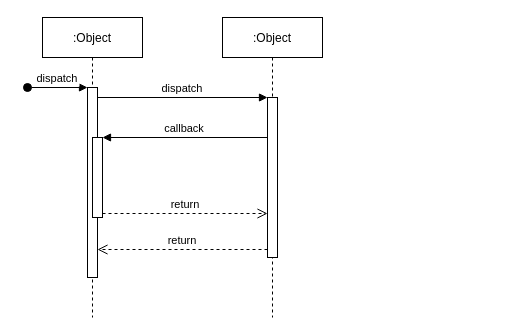
Before: Untitled Diagram.drawio in Lunodzo/FakeApDetector, a draw.io diagram. Source tidied: cells renumbered, new cells numbered last; positions are measured from the earlier drawing's top-left corner, leaving out a move shared by most shapes. Both pictures are drawn from the tidied source at 100%, with x=0, y=0 at pixel (27, 17).
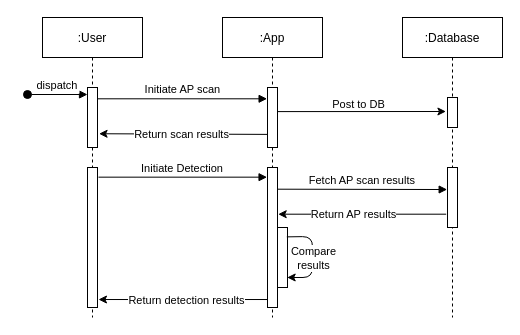
The same page after the edit.

What changed in the source:
```diff
@@
-    <mxCell id="2" value=":Object" style="shape=umlLifeline;perimeter=lifelinePerimeter;rounded=0;shadow=0;strokeWidth=1;" parent="1" vertex="1">
+    <mxCell id="2" value=":User" style="shape=umlLifeline;perimeter=lifelinePerimeter;rounded=0;shadow=0;strokeWidth=1;" parent="1" vertex="1">
       <mxGeometry x="15" width="100" height="300" as="geometry" />
     </mxCell>
     <mxCell id="3" style="points=[];perimeter=orthogonalPerimeter;rounded=0;shadow=0;strokeWidth=1;" parent="2" vertex="1">
-      <mxGeometry x="45" y="70" width="10" height="190" as="geometry" />
+      <mxGeometry x="45" y="70" width="10" height="60" as="geometry" />
     </mxCell>
-    <mxCell id="4" value="dispatch" style="verticalAlign=bottom;startArrow=oval;endArrow=block;startSize=8;shadow=0;strokeWidth=1;" parent="2" edge="1" target="3">
+    <mxCell id="4" value="dispatch" style="verticalAlign=bottom;startArrow=oval;endArrow=block;startSize=8;shadow=0;strokeWidth=1;" parent="2" edge="1">
       <mxGeometry relative="1" as="geometry">
-        <mxPoint x="-15" y="70" as="sourcePoint" />
+        <mxPoint x="-15" y="77" as="sourcePoint" />
+        <mxPoint x="45" y="77" as="targetPoint" />
       </mxGeometry>
     </mxCell>
-    <mxCell id="5" style="points=[];perimeter=orthogonalPerimeter;rounded=0;shadow=0;strokeWidth=1;" parent="2" vertex="1">
-      <mxGeometry x="50" y="120" width="10" height="80" as="geometry" />
-    </mxCell>
+    <mxCell id="12" style="points=[];perimeter=orthogonalPerimeter;rounded=0;shadow=0;strokeWidth=1;" parent="2" vertex="1">
+      <mxGeometry x="45" y="150" width="10" height="140" as="geometry" />
+    </mxCell>
-    <mxCell id="6" value=":Object" style="shape=umlLifeline;perimeter=lifelinePerimeter;rounded=0;shadow=0;strokeWidth=1;" parent="1" vertex="1">
+    <mxCell id="6" value=":App" style="shape=umlLifeline;perimeter=lifelinePerimeter;rounded=0;shadow=0;strokeWidth=1;" parent="1" vertex="1">
       <mxGeometry x="195" width="100" height="300" as="geometry" />
     </mxCell>
     <mxCell id="7" style="points=[];perimeter=orthogonalPerimeter;rounded=0;shadow=0;strokeWidth=1;" parent="6" vertex="1">
-      <mxGeometry x="45" y="80" width="10" height="160" as="geometry" />
+      <mxGeometry x="45" y="70" width="10" height="60" as="geometry" />
     </mxCell>
-    <mxCell id="8" value="return" style="verticalAlign=bottom;endArrow=open;dashed=1;endSize=8;exitX=0;exitY=0.95;shadow=0;strokeWidth=1;" parent="1" edge="1" source="7" target="3">
-      <mxGeometry relative="1" as="geometry" />
-    </mxCell>
+    <mxCell id="5" style="points=[];perimeter=orthogonalPerimeter;rounded=0;shadow=0;strokeWidth=1;" parent="6" vertex="1">
+      <mxGeometry x="55" y="210" width="10" height="60" as="geometry" />
+    </mxCell>
+    <mxCell id="13" style="points=[];perimeter=orthogonalPerimeter;rounded=0;shadow=0;strokeWidth=1;" parent="6" vertex="1">
+      <mxGeometry x="45" y="150" width="10" height="140" as="geometry" />
+    </mxCell>
+    <mxCell id="14" style="endArrow=classic;html=1;exitX=0.933;exitY=0.156;exitDx=0;exitDy=0;exitPerimeter=0;entryX=0.967;entryY=0.833;entryDx=0;entryDy=0;entryPerimeter=0;" parent="6" edge="1" source="5" target="5">
+      <mxGeometry relative="1" as="geometry">
+        <Array as="points">
+          <mxPoint x="90" y="219" />
+          <mxPoint x="90" y="260" />
+        </Array>
+      </mxGeometry>
+    </mxCell>
+    <mxCell id="15" value="Compare&lt;br&gt;results" style="edgeLabel;html=1;align=center;verticalAlign=middle;" parent="14" vertex="1">
+      <mxGeometry x="-0.13" relative="1" as="geometry">
+        <mxPoint y="7" as="offset" />
+      </mxGeometry>
+    </mxCell>
-    <mxCell id="9" value="dispatch" style="verticalAlign=bottom;endArrow=block;entryX=0;entryY=0;shadow=0;strokeWidth=1;" parent="1" edge="1" source="3" target="7">
-      <mxGeometry relative="1" as="geometry" />
+    <mxCell id="9" value="Initiate AP scan" style="verticalAlign=bottom;endArrow=block;entryX=-0.043;entryY=0.105;shadow=0;strokeWidth=1;exitX=1.043;exitY=0.105;exitDx=0;exitDy=0;exitPerimeter=0;entryDx=0;entryDy=0;entryPerimeter=0;" parent="1" edge="1">
+      <mxGeometry relative="1" as="geometry">
+        <mxPoint x="70.4" y="81.3" as="sourcePoint" />
+        <mxPoint x="239.6" y="81.3" as="targetPoint" />
+      </mxGeometry>
     </mxCell>
-    <mxCell id="10" value="callback" style="verticalAlign=bottom;endArrow=block;entryX=1;entryY=0;shadow=0;strokeWidth=1;" parent="1" edge="1" source="7" target="5">
-      <mxGeometry relative="1" as="geometry" />
-    </mxCell>
-    <mxCell id="11" value="return" style="verticalAlign=bottom;endArrow=open;dashed=1;endSize=8;exitX=1;exitY=0.95;shadow=0;strokeWidth=1;" parent="1" edge="1" source="5" target="7">
-      <mxGeometry relative="1" as="geometry" />
-    </mxCell>
+    <mxCell id="16" value=":Database" style="shape=umlLifeline;perimeter=lifelinePerimeter;rounded=0;shadow=0;strokeWidth=1;" parent="1" vertex="1">
+      <mxGeometry x="375" width="100" height="300" as="geometry" />
+    </mxCell>
+    <mxCell id="17" style="points=[];perimeter=orthogonalPerimeter;rounded=0;shadow=0;strokeWidth=1;" parent="16" vertex="1">
+      <mxGeometry x="45" y="80" width="10" height="30" as="geometry" />
+    </mxCell>
+    <mxCell id="18" style="points=[];perimeter=orthogonalPerimeter;rounded=0;shadow=0;strokeWidth=1;" parent="16" vertex="1">
+      <mxGeometry x="45" y="150" width="10" height="60" as="geometry" />
+    </mxCell>
+    <mxCell id="19" style="endArrow=classic;html=1;exitX=1.2;exitY=0.088;exitDx=0;exitDy=0;exitPerimeter=0;entryX=-0.157;entryY=0.467;entryDx=0;entryDy=0;entryPerimeter=0;" parent="1" edge="1" target="17">
+      <mxGeometry relative="1" as="geometry">
+        <mxPoint x="250" y="94.1" as="sourcePoint" />
+      </mxGeometry>
+    </mxCell>
+    <mxCell id="20" value="Post to DB" style="edgeLabel;html=1;align=center;verticalAlign=middle;" parent="19" vertex="1">
+      <mxGeometry x="-0.39" relative="1" as="geometry">
+        <mxPoint x="30" y="-8" as="offset" />
+      </mxGeometry>
+    </mxCell>
+    <mxCell id="21" style="endArrow=classic;html=1;entryX=1.157;entryY=0.771;entryDx=0;entryDy=0;entryPerimeter=0;" parent="1" edge="1" target="3">
+      <mxGeometry relative="1" as="geometry">
+        <mxPoint x="240.5" y="116.9" as="sourcePoint" />
+      </mxGeometry>
+    </mxCell>
+    <mxCell id="22" value="Return scan results" style="edgeLabel;html=1;align=center;verticalAlign=middle;" parent="21" vertex="1">
+      <mxGeometry x="0.25" relative="1" as="geometry">
+        <mxPoint x="19" as="offset" />
+      </mxGeometry>
+    </mxCell>
+    <mxCell id="23" value="Initiate Detection" style="verticalAlign=bottom;endArrow=block;shadow=0;strokeWidth=1;exitX=1.1;exitY=0.069;exitDx=0;exitDy=0;exitPerimeter=0;entryX=-0.043;entryY=0.069;entryDx=0;entryDy=0;entryPerimeter=0;" parent="1" edge="1" source="12" target="13">
+      <mxGeometry relative="1" as="geometry" />
+    </mxCell>
+    <mxCell id="24" value="Fetch AP scan results" style="verticalAlign=bottom;endArrow=block;shadow=0;strokeWidth=1;exitX=0.986;exitY=0.155;exitDx=0;exitDy=0;exitPerimeter=0;entryX=-0.033;entryY=0.367;entryDx=0;entryDy=0;entryPerimeter=0;" parent="1" edge="1" source="13" target="18">
+      <mxGeometry relative="1" as="geometry" />
+    </mxCell>
+    <mxCell id="25" style="endArrow=classic;html=1;exitX=-0.133;exitY=0.661;exitDx=0;exitDy=0;exitPerimeter=0;entryX=1.067;entryY=0.661;entryDx=0;entryDy=0;entryPerimeter=0;" parent="1" edge="1">
+      <mxGeometry relative="1" as="geometry">
+        <mxPoint x="418.7" y="196.7" as="sourcePoint" />
+        <mxPoint x="250.7" y="196.7" as="targetPoint" />
+      </mxGeometry>
+    </mxCell>
+    <mxCell id="26" value="Return AP results" style="edgeLabel;html=1;align=center;verticalAlign=middle;" parent="25" vertex="1">
+      <mxGeometry x="0.11" relative="1" as="geometry" />
+    </mxCell>
+    <mxCell id="27" style="endArrow=classic;html=1;entryX=1.1;entryY=0.943;entryDx=0;entryDy=0;entryPerimeter=0;" parent="1" edge="1" source="13" target="12">
+      <mxGeometry relative="1" as="geometry" />
+    </mxCell>
+    <mxCell id="28" value="Return detection results" style="edgeLabel;html=1;align=center;verticalAlign=middle;" parent="27" vertex="1">
+      <mxGeometry x="0.09" relative="1" as="geometry">
+        <mxPoint x="10" as="offset" />
+      </mxGeometry>
+    </mxCell>
```
